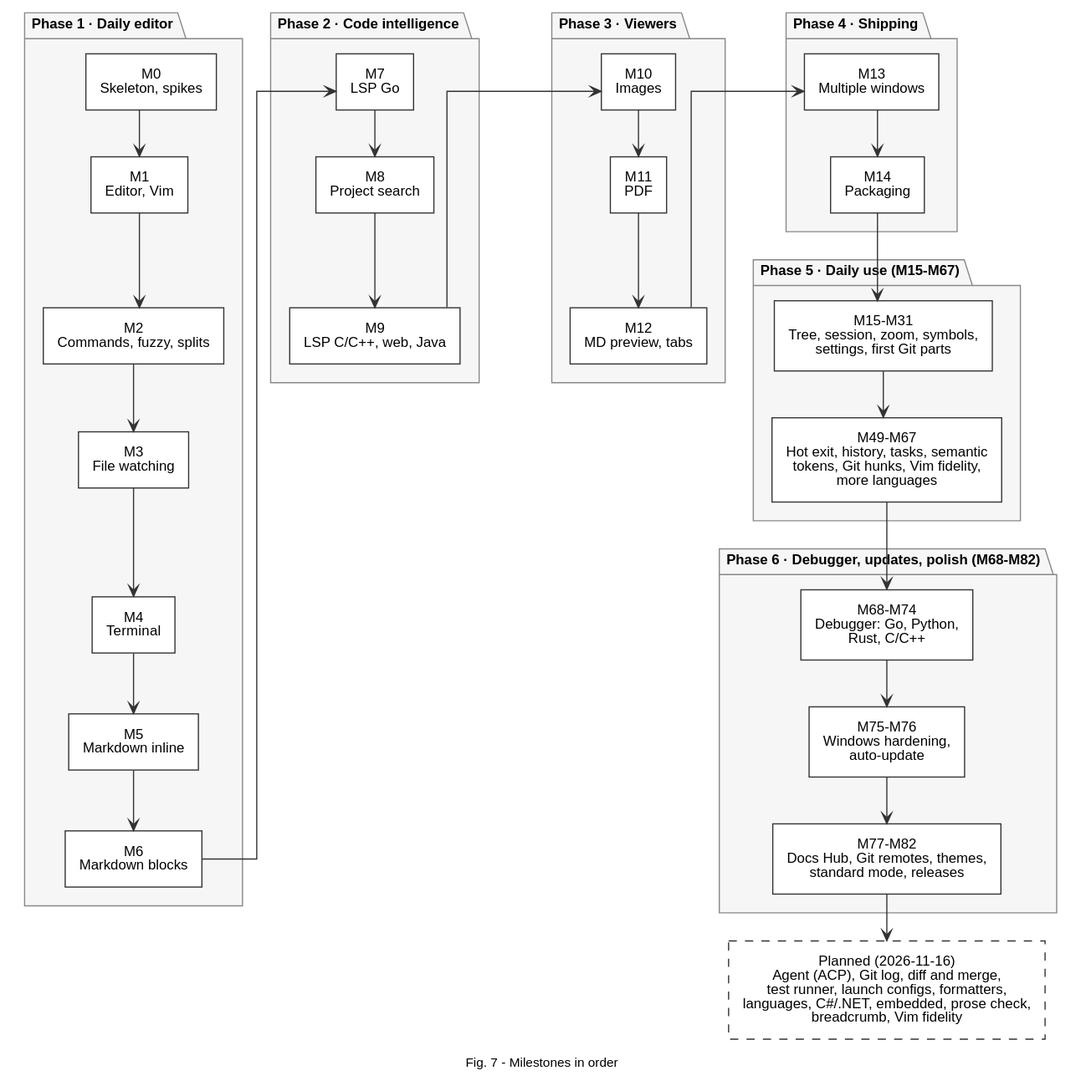
Earlier version of the PlantUML export docs/diagrams/roadmap.svg (Mirac61/ayaz).
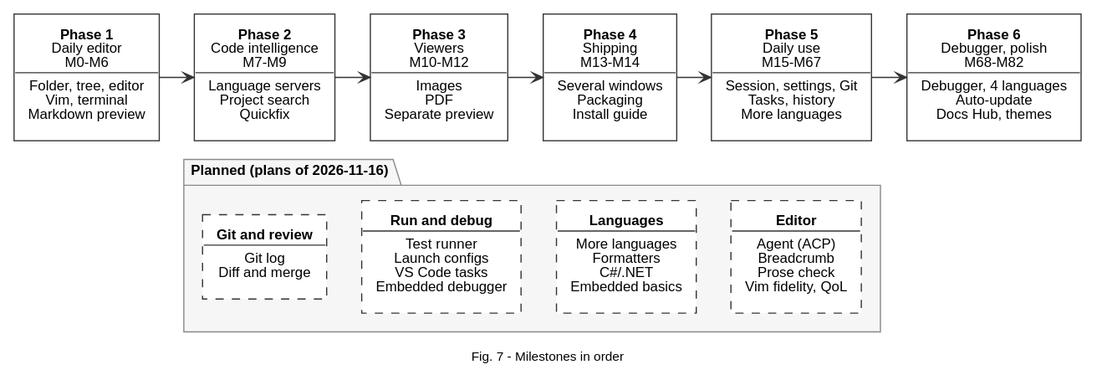
Above is the later version.

Commit message:
docs: roadmap as phase tables with the same columns, symmetric diagram

The edit, as a diff of the source:
```diff
@@ -1,61 +1,32 @@
 @startuml
 !include _style.iuml
 skinparam linetype ortho
-package "Phase 1 · Daily editor" {
-  rectangle "M0\nSkeleton, spikes" as M0
-  rectangle "M1\nEditor, Vim" as M1
-  rectangle "M2\nCommands, fuzzy, splits" as M2
-  rectangle "M3\nFile watching" as M3
-  rectangle "M4\nTerminal" as M4
-  rectangle "M5\nMarkdown inline" as M5
-  rectangle "M6\nMarkdown blocks" as M6
+skinparam rectangle {
+  BackgroundColor #FFFFFF
 }
-package "Phase 2 · Code intelligence" {
-  rectangle "M7\nLSP Go" as M7
-  rectangle "M8\nProject search" as M8
-  rectangle "M9\nLSP C/C++, web, Java" as M9
+
+rectangle "**Phase 1**\nDaily editor\nM0-M6\n--\nFolder, tree, editor\nVim, terminal\nMarkdown preview" as P1
+rectangle "**Phase 2**\nCode intelligence\nM7-M9\n--\nLanguage servers\nProject search\nQuickfix" as P2
+rectangle "**Phase 3**\nViewers\nM10-M12\n--\nImages\nPDF\nSeparate preview" as P3
+rectangle "**Phase 4**\nShipping\nM13-M14\n--\nSeveral windows\nPackaging\nInstall guide" as P4
+rectangle "**Phase 5**\nDaily use\nM15-M67\n--\nSession, settings, Git\nTasks, history\nMore languages" as P5
+rectangle "**Phase 6**\nDebugger, polish\nM68-M82\n--\nDebugger, 4 languages\nAuto-update\nDocs Hub, themes" as P6
+
+P1 -right-> P2
+P2 -right-> P3
+P3 -right-> P4
+P4 -right-> P5
+P5 -right-> P6
+
+package "Planned (plans of 2026-11-16)" {
+  rectangle "**Git and review**\n--\nGit log\nDiff and merge" as G1 #line.dashed
+  rectangle "**Run and debug**\n--\nTest runner\nLaunch configs\nVS Code tasks\nEmbedded debugger" as G2 #line.dashed
+  rectangle "**Languages**\n--\nMore languages\nFormatters\nC#/.NET\nEmbedded basics" as G3 #line.dashed
+  rectangle "**Editor**\n--\nAgent (ACP)\nBreadcrumb\nProse check\nVim fidelity, QoL" as G4 #line.dashed
 }
-package "Phase 3 · Viewers" {
-  rectangle "M10\nImages" as M10
-  rectangle "M11\nPDF" as M11
-  rectangle "M12\nMD preview, tabs" as M12
-}
-package "Phase 4 · Shipping" {
-  rectangle "M13\nMultiple windows" as M13
-  rectangle "M14\nPackaging" as M14
-}
-package "Phase 5 · Daily use (M15-M67)" {
-  rectangle "M15-M31\nTree, session, zoom, symbols,\nsettings, first Git parts" as P5a
-  rectangle "M49-M67\nHot exit, history, tasks, semantic\ntokens, Git hunks, Vim fidelity,\nmore languages" as P5b
-}
-package "Phase 6 · Debugger, updates, polish (M68-M82)" {
-  rectangle "M68-M74\nDebugger: Go, Python,\nRust, C/C++" as P6a
-  rectangle "M75-M76\nWindows hardening,\nauto-update" as P6b
-  rectangle "M77-M82\nDocs Hub, Git remotes, themes,\nstandard mode, releases" as P6c
-}
-rectangle "Planned (2026-11-16)\nAgent (ACP), Git log, diff and merge,\ntest runner, launch configs, formatters,\nlanguages, C#/.NET, embedded, prose check,\nbreadcrumb, Vim fidelity" as PL #line.dashed
-M0 -down-> M1
-M1 -down-> M2
-M2 -down-> M3
-M3 -down-> M4
-M4 -down-> M5
-M5 -down-> M6
-M6 -[norank]-> M7
-M0 -[hidden]right- M7
-M7 -down-> M8
-M8 -down-> M9
-M9 -[norank]-> M10
-M7 -[hidden]right- M10
-M10 -down-> M11
-M11 -down-> M12
-M12 -[norank]-> M13
-M10 -[hidden]right- M13
-M13 -down-> M14
-M14 -down-> P5a
-P5a -down-> P5b
-P5b -down-> P6a
-P6a -down-> P6b
-P6b -down-> P6c
-P6c -down-> PL
+P2 -[hidden]down- G1
+G1 -[hidden]right- G2
+G2 -[hidden]right- G3
+G3 -[hidden]right- G4
 caption Fig. 7 - Milestones in order
 @enduml
```
